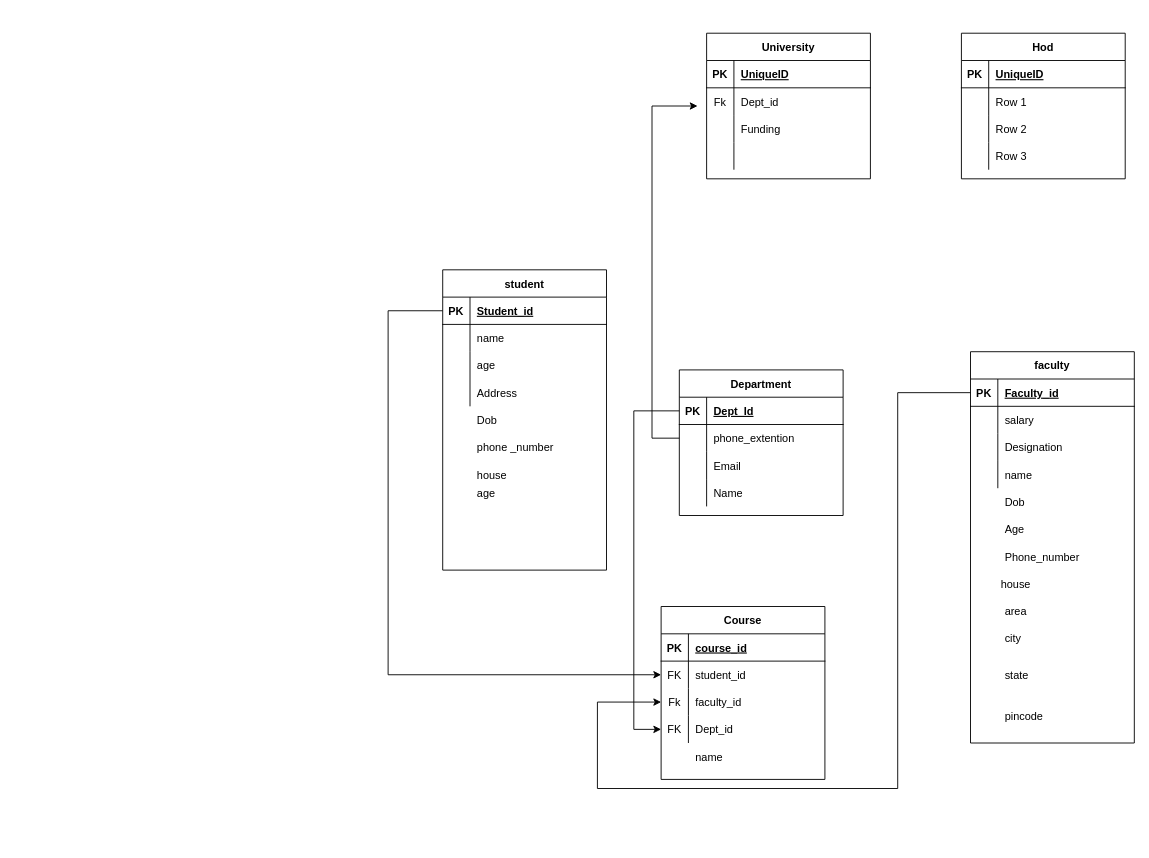
ckarandev010/DBMS-schema keeps this draw.io diagram as Untitled Diagram.drawio. Above is the earlier version. Source tidied: cells renumbered, new cells numbered last; positions are measured from the earlier drawing's top-left corner, leaving out a move shared by most shapes. Both pictures are drawn from the tidied source at 91%, with x=0, y=0 at pixel (388, 33).
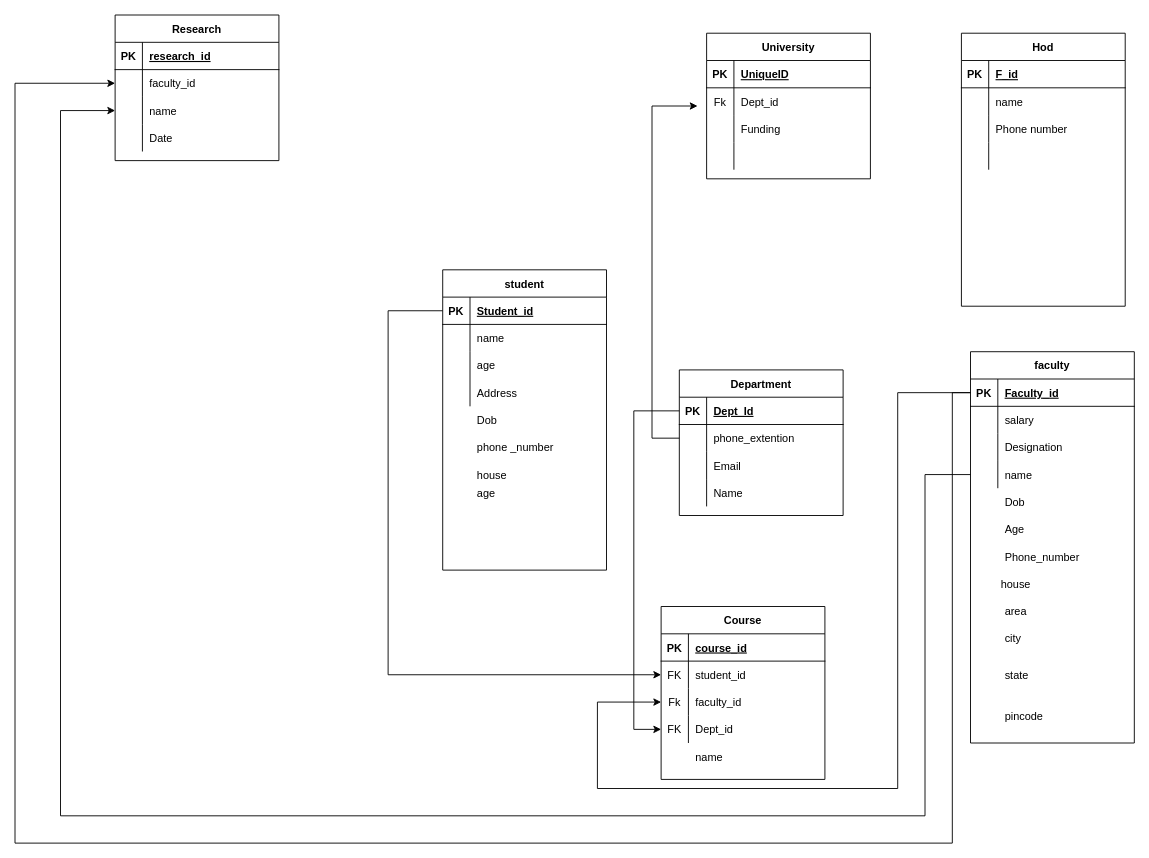
The same diagram, later.

Unchanged cells that the change refers to:
```xml
<mxCell id="16" style="shape=partialRectangle;fillColor=none;top=0;left=0;bottom=1;right=0;points=[[0,0.5],[1,0.5]];portConstraint=eastwest;" parent="15" vertex="1">
  <mxGeometry y="30" width="180" height="30" as="geometry" />
</mxCell>
<mxCell id="25" style="shape=partialRectangle;fillColor=none;top=0;left=0;bottom=0;right=0;points=[[0,0.5],[1,0.5]];portConstraint=eastwest;" parent="15" vertex="1">
  <mxGeometry y="120" width="180" height="30" as="geometry" />
</mxCell>
<mxCell id="112" style="shape=partialRectangle;fillColor=none;top=0;left=0;bottom=1;right=0;" parent="111" vertex="1">
  <mxGeometry y="30" width="180" height="30" as="geometry" />
</mxCell>
<mxCell id="115" style="shape=partialRectangle;fillColor=none;top=0;left=0;bottom=0;right=0;" parent="111" vertex="1">
  <mxGeometry y="60" width="180" height="30" as="geometry" />
</mxCell>
<mxCell id="118" style="shape=partialRectangle;fillColor=none;top=0;left=0;bottom=0;right=0;" parent="111" vertex="1">
  <mxGeometry y="90" width="180" height="30" as="geometry" />
</mxCell>
<mxCell id="121" style="shape=partialRectangle;fillColor=none;top=0;left=0;bottom=0;right=0;" parent="111" vertex="1">
  <mxGeometry y="120" width="180" height="30" as="geometry" />
</mxCell>
```

Change to the diagram source:
```diff
@@
     <mxCell id="111" value="Hod" style="shape=table;startSize=30;childLayout=tableLayout;rowLines=0;fontStyle=1;align=center;" parent="1" vertex="1">
-      <mxGeometry x="630" width="180" height="160" as="geometry" />
+      <mxGeometry x="630" width="180" height="300" as="geometry" />
     </mxCell>
@@
-    <mxCell id="114" value="UniqueID" style="shape=partialRectangle;fillColor=none;top=0;left=0;bottom=0;right=0;align=left;spacingLeft=6;fontStyle=5;overflow=hidden;" parent="112" vertex="1">
+    <mxCell id="114" value="F_id" style="shape=partialRectangle;fillColor=none;top=0;left=0;bottom=0;right=0;align=left;spacingLeft=6;fontStyle=5;overflow=hidden;" parent="112" vertex="1">
       <mxGeometry x="30" width="150" height="30" as="geometry" />
     </mxCell>
@@
-    <mxCell id="117" value="Row 1" style="shape=partialRectangle;fillColor=none;top=0;left=0;bottom=0;right=0;align=left;spacingLeft=6;overflow=hidden;" parent="115" vertex="1">
+    <mxCell id="117" value="name" style="shape=partialRectangle;fillColor=none;top=0;left=0;bottom=0;right=0;align=left;spacingLeft=6;overflow=hidden;" parent="115" vertex="1">
       <mxGeometry x="30" width="150" height="30" as="geometry" />
     </mxCell>
@@
-    <mxCell id="120" value="Row 2" style="shape=partialRectangle;fillColor=none;top=0;left=0;bottom=0;right=0;align=left;spacingLeft=6;overflow=hidden;" parent="118" vertex="1">
+    <mxCell id="120" value="Phone number" style="shape=partialRectangle;fillColor=none;top=0;left=0;bottom=0;right=0;align=left;spacingLeft=6;overflow=hidden;" parent="118" vertex="1">
       <mxGeometry x="30" width="150" height="30" as="geometry" />
     </mxCell>
@@
-    <mxCell id="123" value="Row 3" style="shape=partialRectangle;fillColor=none;top=0;left=0;bottom=0;right=0;align=left;spacingLeft=6;overflow=hidden;" parent="121" vertex="1">
+    <mxCell id="123" style="shape=partialRectangle;fillColor=none;top=0;left=0;bottom=0;right=0;align=left;spacingLeft=6;overflow=hidden;" parent="121" vertex="1">
       <mxGeometry x="30" width="150" height="30" as="geometry" />
     </mxCell>
+    <mxCell id="124" value="Research" style="shape=table;startSize=30;childLayout=tableLayout;rowLines=0;fontStyle=1;align=center;" parent="1" vertex="1">
+      <mxGeometry x="-300" y="-20" width="180" height="160" as="geometry" />
+    </mxCell>
+    <mxCell id="125" style="shape=partialRectangle;fillColor=none;top=0;left=0;bottom=1;right=0;" parent="124" vertex="1">
+      <mxGeometry y="30" width="180" height="30" as="geometry" />
+    </mxCell>
+    <mxCell id="126" value="PK" style="shape=partialRectangle;fillColor=none;top=0;left=0;bottom=0;right=0;fontStyle=1;overflow=hidden;" parent="125" vertex="1">
+      <mxGeometry width="30" height="30" as="geometry" />
+    </mxCell>
+    <mxCell id="127" value="research_id" style="shape=partialRectangle;fillColor=none;top=0;left=0;bottom=0;right=0;align=left;spacingLeft=6;fontStyle=5;overflow=hidden;" parent="125" vertex="1">
+      <mxGeometry x="30" width="150" height="30" as="geometry" />
+    </mxCell>
+    <mxCell id="128" style="shape=partialRectangle;fillColor=none;top=0;left=0;bottom=0;right=0;points=[[0,0.5],[1,0.5]];portConstraint=eastwest;" parent="124" vertex="1">
+      <mxGeometry y="60" width="180" height="30" as="geometry" />
+    </mxCell>
+    <mxCell id="129" style="shape=partialRectangle;fillColor=none;top=0;left=0;bottom=0;right=0;overflow=hidden;" parent="128" vertex="1">
+      <mxGeometry width="30" height="30" as="geometry" />
+    </mxCell>
+    <mxCell id="130" value="faculty_id" style="shape=partialRectangle;fillColor=none;top=0;left=0;bottom=0;right=0;align=left;spacingLeft=6;overflow=hidden;" parent="128" vertex="1">
+      <mxGeometry x="30" width="150" height="30" as="geometry" />
+    </mxCell>
+    <mxCell id="131" style="shape=partialRectangle;fillColor=none;top=0;left=0;bottom=0;right=0;points=[[0,0.5],[1,0.5]];portConstraint=eastwest;" parent="124" vertex="1">
+      <mxGeometry y="90" width="180" height="30" as="geometry" />
+    </mxCell>
+    <mxCell id="132" style="shape=partialRectangle;fillColor=none;top=0;left=0;bottom=0;right=0;overflow=hidden;" parent="131" vertex="1">
+      <mxGeometry width="30" height="30" as="geometry" />
+    </mxCell>
+    <mxCell id="133" value="name" style="shape=partialRectangle;fillColor=none;top=0;left=0;bottom=0;right=0;align=left;spacingLeft=6;overflow=hidden;" parent="131" vertex="1">
+      <mxGeometry x="30" width="150" height="30" as="geometry" />
+    </mxCell>
+    <mxCell id="134" style="shape=partialRectangle;fillColor=none;top=0;left=0;bottom=0;right=0;" parent="124" vertex="1">
+      <mxGeometry y="120" width="180" height="30" as="geometry" />
+    </mxCell>
+    <mxCell id="135" style="shape=partialRectangle;fillColor=none;top=0;left=0;bottom=0;right=0;overflow=hidden;" parent="134" vertex="1">
+      <mxGeometry width="30" height="30" as="geometry" />
+    </mxCell>
+    <mxCell id="136" value="Date" style="shape=partialRectangle;fillColor=none;top=0;left=0;bottom=0;right=0;align=left;spacingLeft=6;overflow=hidden;" parent="134" vertex="1">
+      <mxGeometry x="30" width="150" height="30" as="geometry" />
+    </mxCell>
+    <mxCell id="137" style="edgeStyle=orthogonalEdgeStyle;rounded=0;jettySize=auto;html=1;exitX=0;exitY=0.5;exitDx=0;exitDy=0;entryX=0;entryY=0.5;entryDx=0;entryDy=0;" parent="1" edge="1" source="16" target="128">
+      <mxGeometry relative="1" as="geometry">
+        <Array as="points">
+          <mxPoint x="620" y="395" />
+          <mxPoint x="620" y="890" />
+          <mxPoint x="-410" y="890" />
+          <mxPoint x="-410" y="55" />
+        </Array>
+      </mxGeometry>
+    </mxCell>
+    <mxCell id="138" style="edgeStyle=orthogonalEdgeStyle;rounded=0;jettySize=auto;html=1;exitX=0;exitY=0.5;exitDx=0;exitDy=0;entryX=0;entryY=0.5;entryDx=0;entryDy=0;" parent="1" edge="1" source="25" target="131">
+      <mxGeometry relative="1" as="geometry">
+        <Array as="points">
+          <mxPoint x="590" y="485" />
+          <mxPoint x="590" y="860" />
+          <mxPoint x="-360" y="860" />
+          <mxPoint x="-360" y="85" />
+        </Array>
+      </mxGeometry>
+    </mxCell>
```
